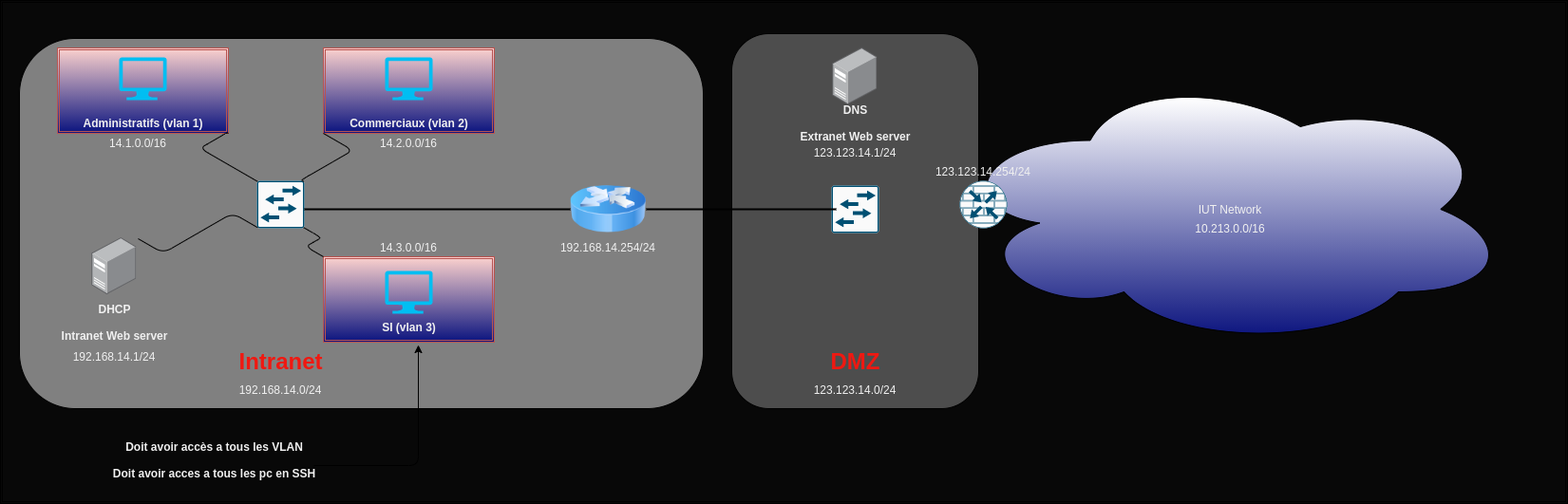
PaulBerra/SAE21 keeps this draw.io diagram as Schema_SAE21.png. Above is the earlier version. Source tidied: cells renumbered, new cells last; positions are measured from the earlier drawing's top-left corner, leaving out a move shared by most shapes. The source it was exported from:
```xml
<mxGraphModel>
  <root>
    <mxCell id="0" />
    <mxCell id="1" parent="0" />
    <mxCell id="2" style="shape=ext;double=1;rounded=0;whiteSpace=wrap;html=1;fontSize=12;fontColor=#F0F0F0;fillColor=#080808;gradientColor=none;" parent="1" vertex="1">
      <mxGeometry width="1650" height="530" as="geometry" />
    </mxCell>
    <mxCell id="3" style="rounded=1;whiteSpace=wrap;html=1;fillColor=#808080;" parent="1" vertex="1">
      <mxGeometry x="20" y="40" width="720" height="390" as="geometry" />
    </mxCell>
    <mxCell id="4" value="Intranet" style="text;html=1;fontSize=24;fontStyle=1;verticalAlign=middle;align=center;fontColor=#F01811;" parent="1" vertex="1">
      <mxGeometry x="245" y="360" width="100" height="40" as="geometry" />
    </mxCell>
    <mxCell id="5" style="shape=ext;double=1;rounded=0;whiteSpace=wrap;html=1;fillColor=#f8cecc;strokeColor=#b85450;gradientColor=#0F1780;" parent="1" vertex="1">
      <mxGeometry x="60" y="50" width="180" height="90" as="geometry" />
    </mxCell>
    <mxCell id="6" value="&lt;font style=&quot;font-size: 12px&quot; color=&quot;#f0f0f0&quot;&gt;Administratifs (vlan 1)&lt;/font&gt;" style="text;strokeColor=none;fillColor=none;html=1;fontSize=24;fontStyle=1;verticalAlign=middle;align=center;fontColor=#F01811;" parent="1" vertex="1">
      <mxGeometry x="100" y="105" width="100" height="40" as="geometry" />
    </mxCell>
    <mxCell id="7" style="verticalLabelPosition=bottom;html=1;verticalAlign=top;align=center;strokeColor=none;fillColor=#00BEF2;shape=mxgraph.azure.computer;fontColor=#F01811;" parent="1" vertex="1">
      <mxGeometry x="125" y="60" width="50" height="45" as="geometry" />
    </mxCell>
    <mxCell id="8" style="shape=ext;double=1;rounded=0;whiteSpace=wrap;html=1;fillColor=#f8cecc;strokeColor=#b85450;gradientColor=#0F1780;" parent="1" vertex="1">
      <mxGeometry x="340" y="50" width="180" height="90" as="geometry" />
    </mxCell>
    <mxCell id="9" style="verticalLabelPosition=bottom;html=1;verticalAlign=top;align=center;strokeColor=none;fillColor=#00BEF2;shape=mxgraph.azure.computer;fontColor=#F01811;" parent="1" vertex="1">
      <mxGeometry x="405" y="60" width="50" height="45" as="geometry" />
    </mxCell>
    <mxCell id="10" value="&lt;font style=&quot;font-size: 12px&quot; color=&quot;#f0f0f0&quot;&gt;Commerciaux (vlan 2)&lt;/font&gt;" style="text;strokeColor=none;fillColor=none;html=1;fontSize=24;fontStyle=1;verticalAlign=middle;align=center;fontColor=#F01811;" parent="1" vertex="1">
      <mxGeometry x="380" y="105" width="100" height="40" as="geometry" />
    </mxCell>
    <mxCell id="11" style="shape=ext;double=1;rounded=0;whiteSpace=wrap;html=1;fillColor=#f8cecc;strokeColor=#b85450;gradientColor=#0F1780;" parent="1" vertex="1">
      <mxGeometry x="340" y="270" width="180" height="90" as="geometry" />
    </mxCell>
    <mxCell id="12" style="verticalLabelPosition=bottom;html=1;verticalAlign=top;align=center;strokeColor=none;fillColor=#00BEF2;shape=mxgraph.azure.computer;fontColor=#F01811;" parent="1" vertex="1">
      <mxGeometry x="405" y="285" width="50" height="45" as="geometry" />
    </mxCell>
    <mxCell id="13" value="&lt;font style=&quot;font-size: 12px&quot; color=&quot;#f0f0f0&quot;&gt;SI (vlan 3)&lt;/font&gt;" style="text;strokeColor=none;fillColor=none;html=1;fontSize=24;fontStyle=1;verticalAlign=middle;align=center;fontColor=#F01811;" parent="1" vertex="1">
      <mxGeometry x="380" y="320" width="100" height="40" as="geometry" />
    </mxCell>
    <mxCell id="14" style="edgeStyle=segmentEdgeStyle;endArrow=classic;html=1;fontSize=12;fontColor=#F0F0F0;entryX=0.6;entryY=1.075;entryDx=0;entryDy=0;entryPerimeter=0;" parent="1" edge="1" target="13">
      <mxGeometry relative="1" as="geometry">
        <mxPoint x="330" y="490" as="sourcePoint" />
      </mxGeometry>
    </mxCell>
    <mxCell id="15" value="&lt;font style=&quot;font-size: 12px&quot;&gt;Doit avoir accès a tous les VLAN&lt;br&gt;Doit avoir acces a tous les pc en SSH&lt;br&gt;&lt;/font&gt;" style="text;strokeColor=none;fillColor=none;html=1;fontSize=24;fontStyle=1;verticalAlign=middle;align=center;fontColor=#F0F0F0;" parent="1" vertex="1">
      <mxGeometry x="175" y="460" width="100" height="40" as="geometry" />
    </mxCell>
    <mxCell id="16" style="points=[];html=1;align=center;shadow=0;dashed=0;image;image=img/lib/allied_telesis/computer_and_terminals/Server_Desktop.svg;fontSize=12;fontColor=#F0F0F0;gradientColor=#0F1780;" parent="1" vertex="1">
      <mxGeometry x="96.3" y="250" width="47.3" height="60" as="geometry" />
    </mxCell>
    <mxCell id="17" value="&lt;font style=&quot;font-size: 12px&quot; color=&quot;#f0f0f0&quot;&gt;DHCP&lt;br&gt;Intranet Web server&lt;br&gt;&lt;/font&gt;" style="text;strokeColor=none;fillColor=none;html=1;fontSize=24;fontStyle=1;verticalAlign=middle;align=center;fontColor=#F01811;" parent="1" vertex="1">
      <mxGeometry x="70" y="319.5" width="100" height="30" as="geometry" />
    </mxCell>
    <mxCell id="18" style="sketch=0;points=[[0.015,0.015,0],[0.985,0.015,0],[0.985,0.985,0],[0.015,0.985,0],[0.25,0,0],[0.5,0,0],[0.75,0,0],[1,0.25,0],[1,0.5,0],[1,0.75,0],[0.75,1,0],[0.5,1,0],[0.25,1,0],[0,0.75,0],[0,0.5,0],[0,0.25,0]];verticalLabelPosition=bottom;html=1;verticalAlign=top;align=center;shape=mxgraph.cisco19.rect;prIcon=l2_switch;fillColor=#FAFAFA;strokeColor=#005073;fontSize=12;fontColor=#F0F0F0;" parent="1" vertex="1">
      <mxGeometry x="270" y="190" width="50" height="50" as="geometry" />
    </mxCell>
    <mxCell id="19" style="edgeStyle=isometricEdgeStyle;endArrow=none;html=1;elbow=vertical;fontSize=12;fontColor=#F0F0F0;entryX=1;entryY=1;entryDx=0;entryDy=0;exitX=0.015;exitY=0.015;exitDx=0;exitDy=0;exitPerimeter=0;" parent="1" edge="1" source="18" target="5">
      <mxGeometry relative="1" as="geometry">
        <Array as="points">
          <mxPoint x="220" y="150" />
        </Array>
      </mxGeometry>
    </mxCell>
    <mxCell id="20" style="edgeStyle=isometricEdgeStyle;endArrow=none;html=1;elbow=vertical;fontSize=12;fontColor=#F0F0F0;entryX=0;entryY=1;entryDx=0;entryDy=0;exitX=0.985;exitY=0.015;exitDx=0;exitDy=0;exitPerimeter=0;" parent="1" edge="1" source="18" target="8">
      <mxGeometry relative="1" as="geometry">
        <Array as="points">
          <mxPoint x="350" y="170" />
        </Array>
      </mxGeometry>
    </mxCell>
    <mxCell id="21" style="edgeStyle=isometricEdgeStyle;endArrow=none;html=1;elbow=vertical;fontSize=12;fontColor=#F0F0F0;entryX=0.985;entryY=0.985;entryDx=0;entryDy=0;entryPerimeter=0;exitX=0;exitY=0;exitDx=0;exitDy=0;" parent="1" edge="1" source="11" target="18">
      <mxGeometry relative="1" as="geometry" />
    </mxCell>
    <mxCell id="22" style="edgeStyle=isometricEdgeStyle;endArrow=none;html=1;elbow=vertical;fontSize=12;fontColor=#F0F0F0;entryX=0.015;entryY=0.985;entryDx=0;entryDy=0;entryPerimeter=0;exitX=1.028;exitY=0.017;exitDx=0;exitDy=0;exitPerimeter=0;" parent="1" edge="1" source="16" target="18">
      <mxGeometry relative="1" as="geometry" />
    </mxCell>
    <mxCell id="23" style="image;html=1;image=img/lib/clip_art/networking/Router_Icon_128x128.png;fontSize=12;fontColor=#F0F0F0;gradientColor=#0F1780;" parent="1" vertex="1">
      <mxGeometry x="600" y="180" width="80" height="80" as="geometry" />
    </mxCell>
    <mxCell id="24" style="line;strokeWidth=2;html=1;fontSize=12;fontColor=#F0F0F0;gradientColor=#0F1780;" parent="1" vertex="1">
      <mxGeometry x="320" y="215" width="280" height="10" as="geometry" />
    </mxCell>
    <mxCell id="25" style="rounded=1;whiteSpace=wrap;html=1;fillColor=#4D4D4D;" parent="1" vertex="1">
      <mxGeometry x="770" y="35" width="260" height="395" as="geometry" />
    </mxCell>
    <mxCell id="26" value="DMZ" style="text;html=1;fontSize=24;fontStyle=1;verticalAlign=middle;align=center;fontColor=#F01811;" parent="1" vertex="1">
      <mxGeometry x="850" y="360" width="100" height="40" as="geometry" />
    </mxCell>
    <mxCell id="27" style="sketch=0;verticalLabelPosition=bottom;html=1;verticalAlign=top;align=center;shape=mxgraph.cisco19.rect;prIcon=l2_switch;fillColor=#FAFAFA;strokeColor=#005073;fontSize=12;fontColor=#F0F0F0;" parent="1" vertex="1">
      <mxGeometry x="875" y="195" width="50" height="50" as="geometry" />
    </mxCell>
    <mxCell id="28" style="html=1;align=center;shadow=0;dashed=0;image;image=img/lib/allied_telesis/computer_and_terminals/Server_Desktop.svg;fontSize=12;fontColor=#F0F0F0;gradientColor=#0F1780;" parent="1" vertex="1">
      <mxGeometry x="876.3" y="50" width="47.3" height="60" as="geometry" />
    </mxCell>
    <mxCell id="29" value="&lt;font style=&quot;font-size: 12px&quot; color=&quot;#f0f0f0&quot;&gt;DNS&lt;br&gt;Extranet Web server&lt;br&gt;&lt;/font&gt;" style="text;strokeColor=none;fillColor=none;html=1;fontSize=24;fontStyle=1;verticalAlign=middle;align=center;fontColor=#F01811;" parent="1" vertex="1">
      <mxGeometry x="850" y="120" width="100" height="10" as="geometry" />
    </mxCell>
    <mxCell id="30" style="line;strokeWidth=2;html=1;fontSize=12;fontColor=#F0F0F0;gradientColor=#0F1780;" parent="1" vertex="1">
      <mxGeometry x="680" y="215" width="200" height="10" as="geometry" />
    </mxCell>
    <mxCell id="31" value="IUT Network" style="ellipse;shape=cloud;whiteSpace=wrap;html=1;align=center;fontSize=12;fontColor=#F0F0F0;gradientColor=#0F1780;" parent="1" vertex="1">
      <mxGeometry x="1000" y="75" width="590" height="290" as="geometry" />
    </mxCell>
    <mxCell id="32" style="sketch=0;verticalLabelPosition=bottom;html=1;verticalAlign=top;align=center;shape=mxgraph.cisco19.rect;prIcon=router_with_firewall;fillColor=#FAFAFA;strokeColor=#005073;fontSize=12;fontColor=#F0F0F0;" parent="1" vertex="1">
      <mxGeometry x="1010" y="190" width="50" height="50" as="geometry" />
    </mxCell>
    <object id="33" label="192.168.14.0/24" name="Variable" placeholders="1">
      <mxCell style="text;html=1;strokeColor=none;fillColor=none;align=center;verticalAlign=middle;whiteSpace=wrap;overflow=hidden;fontSize=12;fontColor=#F0F0F0;" parent="1" vertex="1">
        <mxGeometry x="240" y="400" width="110" height="20" as="geometry" />
      </mxCell>
    </object>
    <object id="34" label="14.1.0.0/16" name="Variable" placeholders="1">
      <mxCell style="text;html=1;strokeColor=none;fillColor=none;align=center;verticalAlign=middle;whiteSpace=wrap;overflow=hidden;fontSize=12;fontColor=#F0F0F0;" parent="1" vertex="1">
        <mxGeometry x="90" y="140" width="110" height="20" as="geometry" />
      </mxCell>
    </object>
    <object id="35" label="14.2.0.0/16" name="Variable" placeholders="1">
      <mxCell style="text;html=1;strokeColor=none;fillColor=none;align=center;verticalAlign=middle;whiteSpace=wrap;overflow=hidden;fontSize=12;fontColor=#F0F0F0;" parent="1" vertex="1">
        <mxGeometry x="375" y="140" width="110" height="20" as="geometry" />
      </mxCell>
    </object>
    <object id="36" label="14.3.0.0/16" name="Variable" placeholders="1">
      <mxCell style="text;html=1;strokeColor=none;fillColor=none;align=center;verticalAlign=middle;whiteSpace=wrap;overflow=hidden;fontSize=12;fontColor=#F0F0F0;" parent="1" vertex="1">
        <mxGeometry x="375" y="250" width="110" height="20" as="geometry" />
      </mxCell>
    </object>
    <object id="37" label="192.168.14.254/24" name="Variable" placeholders="1">
      <mxCell style="text;html=1;strokeColor=none;fillColor=none;align=center;verticalAlign=middle;whiteSpace=wrap;overflow=hidden;fontSize=12;fontColor=#F0F0F0;" parent="1" vertex="1">
        <mxGeometry x="585" y="250" width="110" height="20" as="geometry" />
      </mxCell>
    </object>
    <object id="38" label="192.168.14.1/24" name="Variable" placeholders="1">
      <mxCell style="text;html=1;strokeColor=none;fillColor=none;align=center;verticalAlign=middle;whiteSpace=wrap;overflow=hidden;fontSize=12;fontColor=#F0F0F0;" parent="1" vertex="1">
        <mxGeometry x="65" y="365" width="110" height="20" as="geometry" />
      </mxCell>
    </object>
    <object id="39" label="123.123.14.0/24" name="Variable" placeholders="1">
      <mxCell style="text;html=1;strokeColor=none;fillColor=none;align=center;verticalAlign=middle;whiteSpace=wrap;overflow=hidden;fontSize=12;fontColor=#F0F0F0;" parent="1" vertex="1">
        <mxGeometry x="845" y="400" width="110" height="20" as="geometry" />
      </mxCell>
    </object>
    <object id="40" label="123.123.14.1/24" name="Variable" placeholders="1">
      <mxCell style="text;html=1;strokeColor=none;fillColor=none;align=center;verticalAlign=middle;whiteSpace=wrap;overflow=hidden;fontSize=12;fontColor=#F0F0F0;" parent="1" vertex="1">
        <mxGeometry x="845" y="150" width="110" height="20" as="geometry" />
      </mxCell>
    </object>
    <object id="41" label="123.123.14.254/24" name="Variable" placeholders="1">
      <mxCell style="text;html=1;strokeColor=none;fillColor=none;align=center;verticalAlign=middle;whiteSpace=wrap;overflow=hidden;fontSize=12;fontColor=#F0F0F0;" parent="1" vertex="1">
        <mxGeometry x="980" y="170" width="110" height="20" as="geometry" />
      </mxCell>
    </object>
    <object id="42" label="10.213.0.0/16" name="Variable" placeholders="1">
      <mxCell style="text;html=1;strokeColor=none;fillColor=none;align=center;verticalAlign=middle;whiteSpace=wrap;overflow=hidden;fontSize=12;fontColor=#F0F0F0;" parent="1" vertex="1">
        <mxGeometry x="1240" y="230" width="110" height="20" as="geometry" />
      </mxCell>
    </object>
  </root>
</mxGraphModel>
```
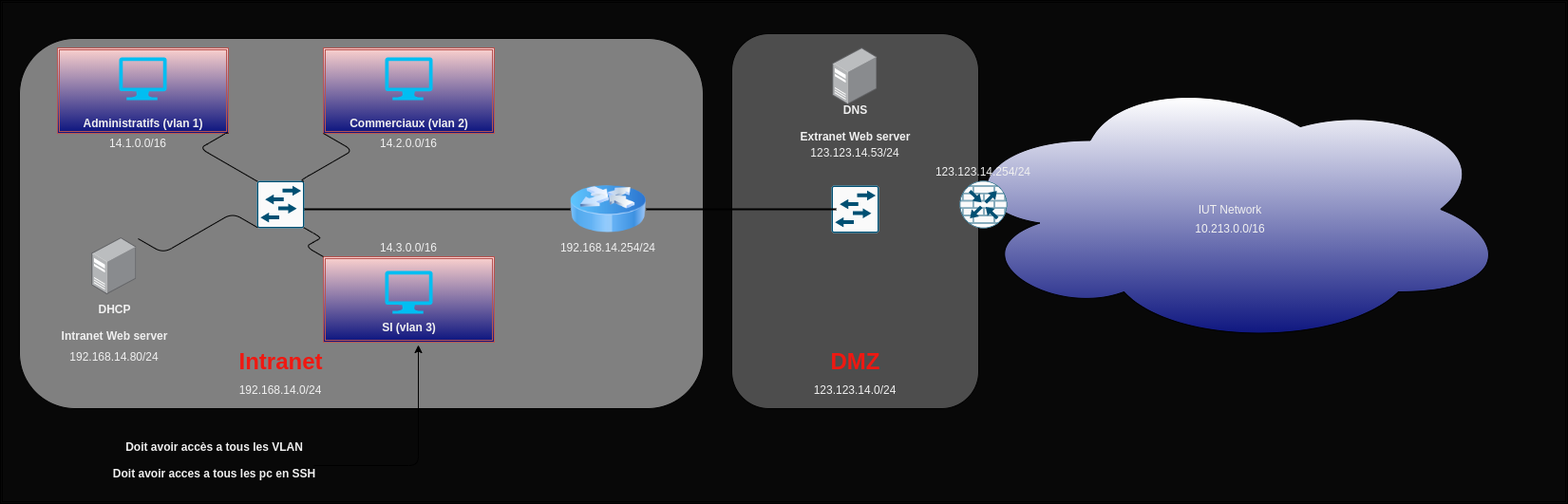
The same file after the commit.

Diff of the diagram source:
```diff
@@ -130,7 +130,7 @@
         <mxGeometry x="585" y="250" width="110" height="20" as="geometry" />
       </mxCell>
     </object>
-    <object id="38" label="192.168.14.1/24" name="Variable" placeholders="1">
+    <object id="38" label="192.168.14.80/24" name="Variable" placeholders="1">
       <mxCell style="text;html=1;strokeColor=none;fillColor=none;align=center;verticalAlign=middle;whiteSpace=wrap;overflow=hidden;fontSize=12;fontColor=#F0F0F0;" parent="1" vertex="1">
         <mxGeometry x="65" y="365" width="110" height="20" as="geometry" />
       </mxCell>
@@ -140,7 +140,7 @@
         <mxGeometry x="845" y="400" width="110" height="20" as="geometry" />
       </mxCell>
     </object>
-    <object id="40" label="123.123.14.1/24" name="Variable" placeholders="1">
+    <object id="40" label="123.123.14.53/24" name="Variable" placeholders="1">
       <mxCell style="text;html=1;strokeColor=none;fillColor=none;align=center;verticalAlign=middle;whiteSpace=wrap;overflow=hidden;fontSize=12;fontColor=#F0F0F0;" parent="1" vertex="1">
         <mxGeometry x="845" y="150" width="110" height="20" as="geometry" />
       </mxCell>
```
